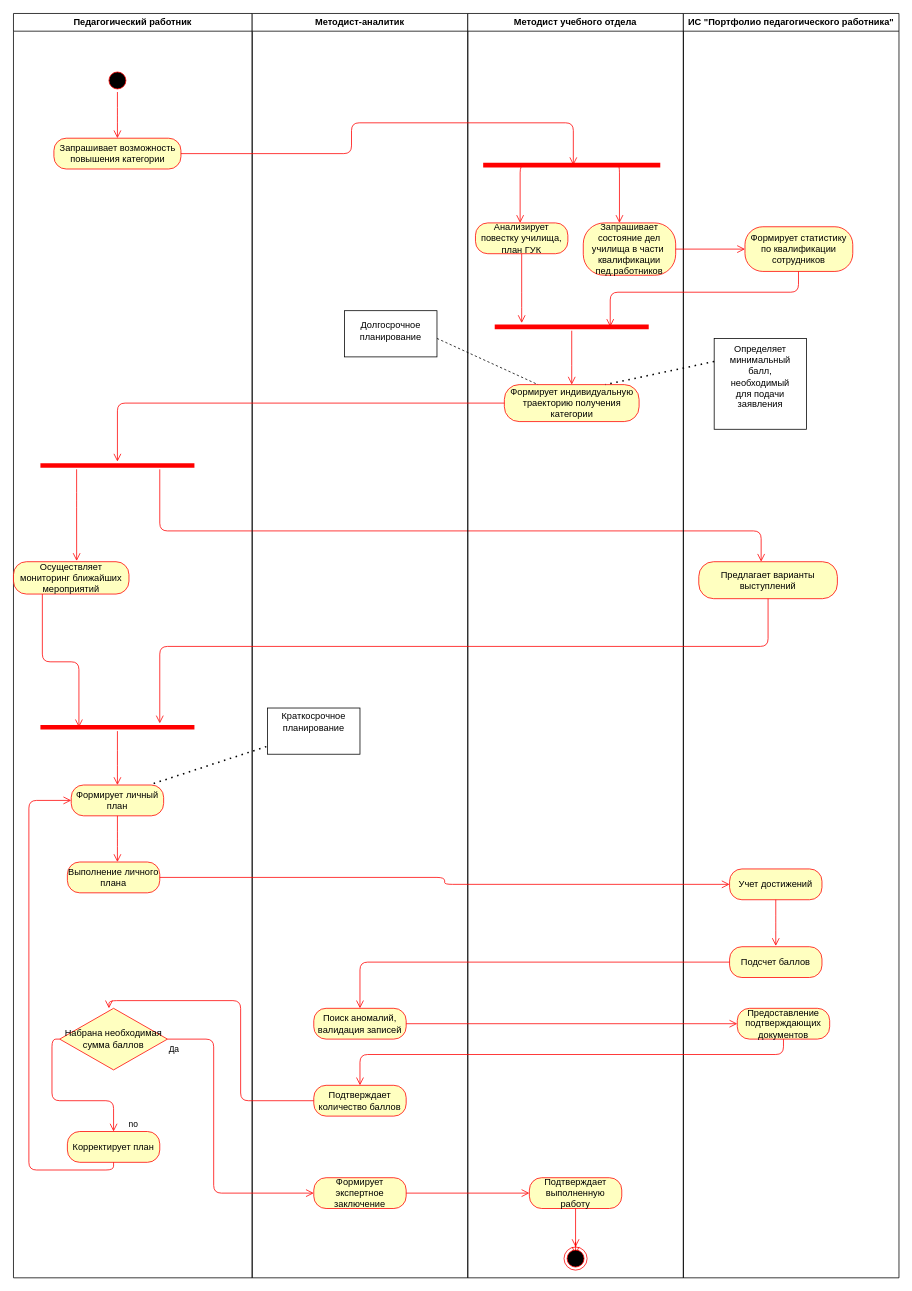
Before: Ведение портфолио (to be).drawio in Alexk80/keywords, a draw.io diagram. Source tidied: cells renumbered, new cells numbered last; positions are measured from the earlier drawing's top-left corner, leaving out a move shared by most shapes. Both pictures are drawn from the tidied source at 77%, with x=0, y=0 at pixel (13, 13).
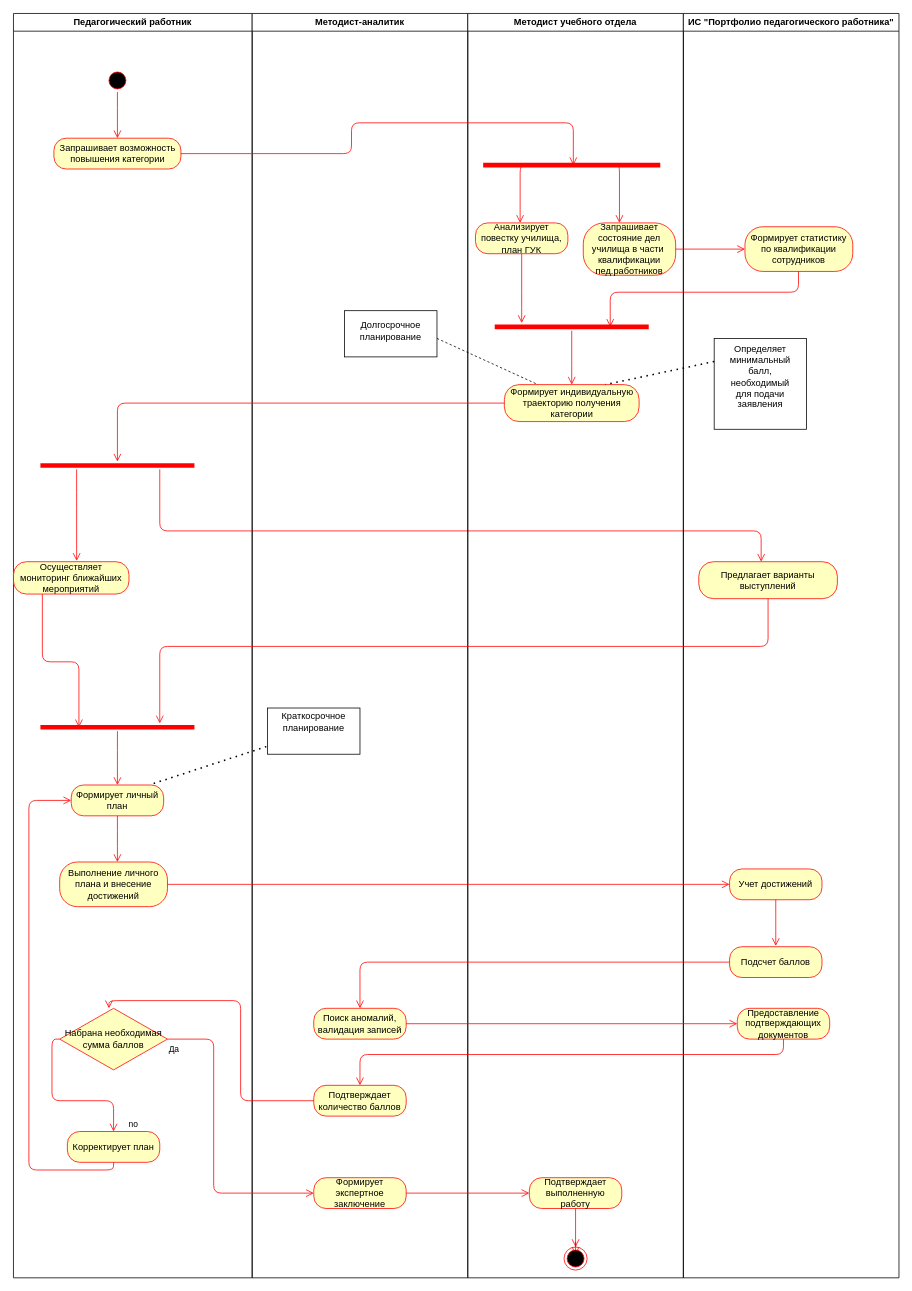
After the change.

The change refers to these unchanged cells:
```xml
<mxCell id="2" value="Педагогический работник" style="swimlane;whiteSpace=wrap;" parent="1" vertex="1">
  <mxGeometry width="310" height="1642" as="geometry" />
</mxCell>
```

What changed in the source:
```diff
@@
-    <mxCell id="15" value="Выполнение личного плана" style="rounded=1;whiteSpace=wrap;html=1;arcSize=40;fontColor=#000000;fillColor=#ffffc0;strokeColor=#ff0000;" parent="2" vertex="1">
-      <mxGeometry x="70" y="1102" width="120" height="40" as="geometry" />
+    <mxCell id="15" value="Выполнение личного плана и внесение достижений" style="rounded=1;whiteSpace=wrap;html=1;arcSize=40;fontColor=#000000;fillColor=#ffffc0;strokeColor=#ff0000;" parent="2" vertex="1">
+      <mxGeometry x="60" y="1102" width="140" height="58" as="geometry" />
     </mxCell>
```
